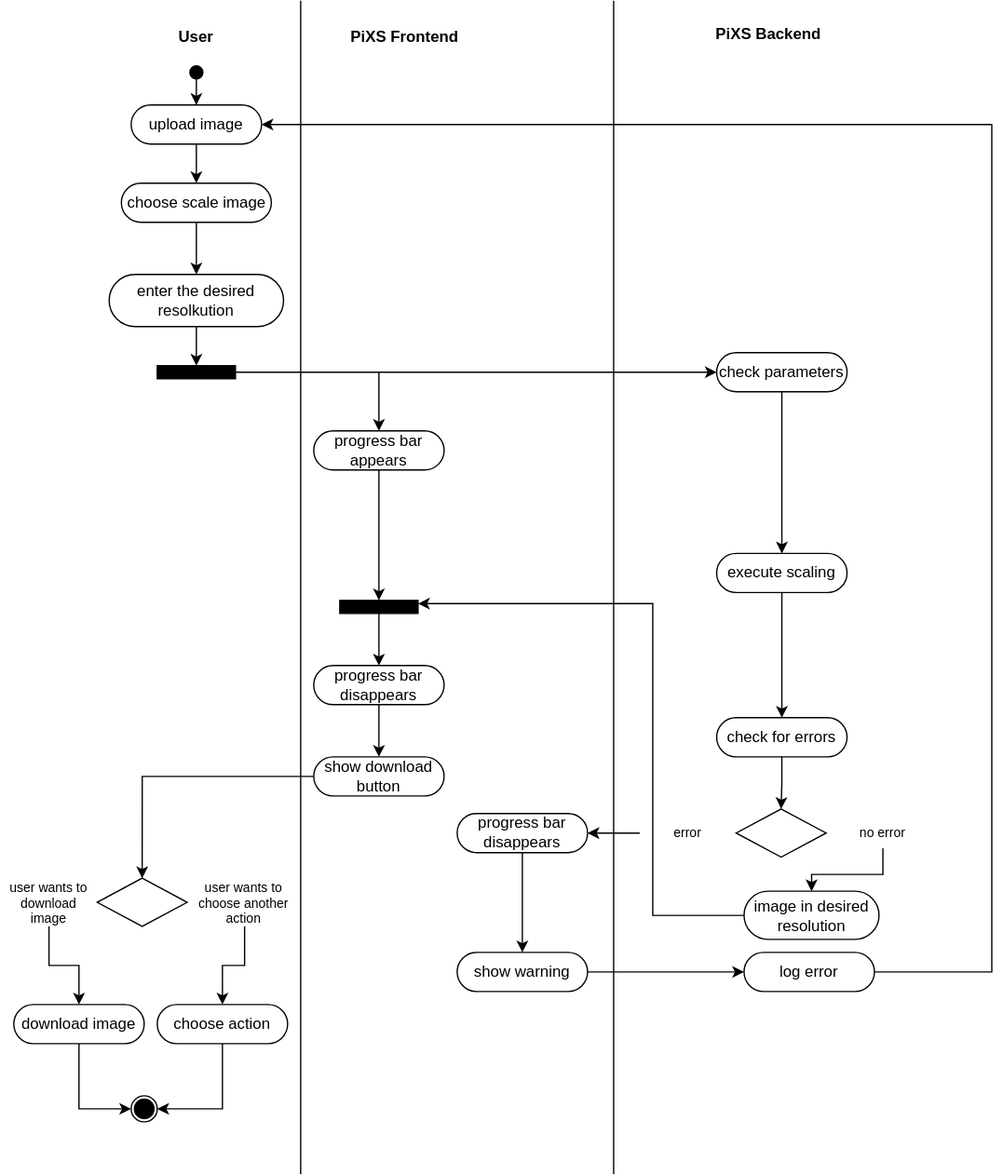
Earlier version of the draw.io export ucd/diagrams/ucd-activity_diagram_scale_image.drawio.svg (se-pixs/docs). Source tidied: cells renumbered, new cells last; positions are measured from the earlier drawing's top-left corner, leaving out a move shared by most shapes. Source of this version:
```xml
<mxGraphModel>
  <root>
    <mxCell id="0" />
    <mxCell id="1" parent="0" />
    <mxCell id="2" value="User" style="text;align=center;fontStyle=1;verticalAlign=middle;spacingLeft=3;spacingRight=3;strokeColor=none;" parent="1" vertex="1">
      <mxGeometry x="110" y="14" width="80" height="26" as="geometry" />
    </mxCell>
    <mxCell id="3" value="PiXS Backend" style="text;align=center;fontStyle=1;verticalAlign=middle;spacingLeft=3;spacingRight=3;strokeColor=none;" parent="1" vertex="1">
      <mxGeometry x="549" y="10" width="80" height="30" as="geometry" />
    </mxCell>
    <mxCell id="4" value="PiXS Frontend" style="text;align=center;fontStyle=1;verticalAlign=middle;spacingLeft=3;spacingRight=3;strokeColor=none;" parent="1" vertex="1">
      <mxGeometry x="270" y="14" width="80" height="26" as="geometry" />
    </mxCell>
    <mxCell id="5" style="endArrow=none;html=1;rounded=0;" parent="1" edge="1">
      <mxGeometry relative="1" as="geometry">
        <mxPoint x="230" y="900" as="sourcePoint" />
        <mxPoint x="230" as="targetPoint" />
      </mxGeometry>
    </mxCell>
    <mxCell id="6" style="endArrow=none;html=1;rounded=0;" parent="1" edge="1">
      <mxGeometry relative="1" as="geometry">
        <mxPoint x="470" y="900" as="sourcePoint" />
        <mxPoint x="470" as="targetPoint" />
      </mxGeometry>
    </mxCell>
    <mxCell id="7" style="edgeStyle=orthogonalEdgeStyle;rounded=0;jettySize=auto;html=1;" parent="1" edge="1" source="8" target="10">
      <mxGeometry relative="1" as="geometry" />
    </mxCell>
    <mxCell id="8" value="upload image" style="html=1;outlineConnect=0;whiteSpace=wrap;shape=mxgraph.archimate3.service;strokeWidth=1;" parent="1" vertex="1">
      <mxGeometry x="100" y="80" width="100" height="30" as="geometry" />
    </mxCell>
    <mxCell id="9" style="edgeStyle=orthogonalEdgeStyle;rounded=0;jettySize=auto;html=1;" parent="1" edge="1" source="10" target="12">
      <mxGeometry relative="1" as="geometry" />
    </mxCell>
    <mxCell id="10" value="choose scale image" style="html=1;outlineConnect=0;whiteSpace=wrap;shape=mxgraph.archimate3.service;strokeWidth=1;" parent="1" vertex="1">
      <mxGeometry x="92.5" y="140" width="115" height="30" as="geometry" />
    </mxCell>
    <mxCell id="11" style="edgeStyle=orthogonalEdgeStyle;rounded=0;jettySize=auto;html=1;" parent="1" edge="1" source="12" target="14">
      <mxGeometry relative="1" as="geometry" />
    </mxCell>
    <mxCell id="12" value="enter the desired resolkution" style="html=1;outlineConnect=0;whiteSpace=wrap;shape=mxgraph.archimate3.service;strokeWidth=1;" parent="1" vertex="1">
      <mxGeometry x="83.1" y="210" width="133.8" height="40" as="geometry" />
    </mxCell>
    <mxCell id="13" style="edgeStyle=orthogonalEdgeStyle;rounded=0;jettySize=auto;html=1;entryX=0.5;entryY=0;entryDx=0;entryDy=0;entryPerimeter=0;" parent="1" edge="1" source="14" target="16">
      <mxGeometry relative="1" as="geometry">
        <Array as="points">
          <mxPoint x="290" y="285" />
          <mxPoint x="290" y="330" />
        </Array>
      </mxGeometry>
    </mxCell>
    <mxCell id="14" style="rounded=0;whiteSpace=wrap;html=1;strokeWidth=1;fillColor=#000000;" parent="1" vertex="1">
      <mxGeometry x="120" y="280" width="60" height="10" as="geometry" />
    </mxCell>
    <mxCell id="15" style="edgeStyle=orthogonalEdgeStyle;rounded=0;jettySize=auto;html=1;" parent="1" edge="1" source="16" target="36">
      <mxGeometry relative="1" as="geometry" />
    </mxCell>
    <mxCell id="16" value="progress bar appears" style="html=1;outlineConnect=0;whiteSpace=wrap;shape=mxgraph.archimate3.service;strokeWidth=1;" parent="1" vertex="1">
      <mxGeometry x="240" y="330" width="100" height="30" as="geometry" />
    </mxCell>
    <mxCell id="17" style="edgeStyle=orthogonalEdgeStyle;rounded=0;jettySize=auto;html=1;entryX=0;entryY=0;entryDx=0;entryDy=15;entryPerimeter=0;" parent="1" edge="1" target="18">
      <mxGeometry relative="1" as="geometry">
        <mxPoint x="290" y="285" as="sourcePoint" />
      </mxGeometry>
    </mxCell>
    <mxCell id="18" value="check parameters" style="html=1;outlineConnect=0;whiteSpace=wrap;shape=mxgraph.archimate3.service;strokeWidth=1;" parent="1" vertex="1">
      <mxGeometry x="549" y="270" width="100" height="30" as="geometry" />
    </mxCell>
    <mxCell id="19" style="edgeStyle=orthogonalEdgeStyle;rounded=0;jettySize=auto;html=1;entryX=0.5;entryY=0;entryDx=0;entryDy=0;fontSize=10;exitX=0.5;exitY=1;exitDx=0;exitDy=0;exitPerimeter=0;entryPerimeter=0;" parent="1" edge="1" source="18" target="21">
      <mxGeometry relative="1" as="geometry" />
    </mxCell>
    <mxCell id="20" style="edgeStyle=orthogonalEdgeStyle;rounded=0;jettySize=auto;html=1;" parent="1" edge="1" source="21" target="23">
      <mxGeometry relative="1" as="geometry" />
    </mxCell>
    <mxCell id="21" value="execute scaling" style="html=1;outlineConnect=0;whiteSpace=wrap;shape=mxgraph.archimate3.service;strokeWidth=1;" parent="1" vertex="1">
      <mxGeometry x="549" y="424" width="100" height="30" as="geometry" />
    </mxCell>
    <mxCell id="22" style="edgeStyle=orthogonalEdgeStyle;rounded=0;jettySize=auto;html=1;entryX=0.5;entryY=0;entryDx=0;entryDy=0;" parent="1" edge="1" source="23" target="25">
      <mxGeometry relative="1" as="geometry" />
    </mxCell>
    <mxCell id="23" value="check for errors" style="html=1;outlineConnect=0;whiteSpace=wrap;shape=mxgraph.archimate3.service;strokeWidth=1;" parent="1" vertex="1">
      <mxGeometry x="549" y="550" width="100" height="30" as="geometry" />
    </mxCell>
    <mxCell id="24" style="group;" parent="1" vertex="1">
      <mxGeometry x="490" y="620" width="230" height="36.9" as="geometry" />
    </mxCell>
    <mxCell id="25" style="rhombus;whiteSpace=wrap;html=1;strokeWidth=1;fillColor=#FFFFFF;" parent="24" vertex="1">
      <mxGeometry x="74" width="69" height="36.9" as="geometry" />
    </mxCell>
    <mxCell id="26" value="&lt;font style=&quot;font-size: 10px&quot;&gt;no error&lt;br&gt;&lt;/font&gt;" style="text;html=1;strokeColor=none;fillColor=none;align=center;verticalAlign=middle;whiteSpace=wrap;rounded=0;fontSize=10;" parent="24" vertex="1">
      <mxGeometry x="143" y="6.7" width="87" height="23.5" as="geometry" />
    </mxCell>
    <mxCell id="27" value="error" style="text;html=1;strokeColor=none;fillColor=none;align=center;verticalAlign=middle;whiteSpace=wrap;rounded=0;fontSize=10;" parent="24" vertex="1">
      <mxGeometry y="6.7" width="74" height="23.5" as="geometry" />
    </mxCell>
    <mxCell id="28" style="edgeStyle=orthogonalEdgeStyle;rounded=0;jettySize=auto;html=1;" parent="1" edge="1" source="29" target="32">
      <mxGeometry relative="1" as="geometry" />
    </mxCell>
    <mxCell id="29" value="progress bar disappears" style="html=1;outlineConnect=0;whiteSpace=wrap;shape=mxgraph.archimate3.service;strokeWidth=1;" parent="1" vertex="1">
      <mxGeometry x="350" y="623.5" width="100" height="30" as="geometry" />
    </mxCell>
    <mxCell id="30" style="edgeStyle=orthogonalEdgeStyle;rounded=0;jettySize=auto;html=1;" parent="1" edge="1" source="27" target="29">
      <mxGeometry relative="1" as="geometry" />
    </mxCell>
    <mxCell id="31" style="edgeStyle=orthogonalEdgeStyle;rounded=0;jettySize=auto;html=1;entryX=0;entryY=0;entryDx=0;entryDy=15;entryPerimeter=0;" parent="1" edge="1" source="32" target="56">
      <mxGeometry relative="1" as="geometry" />
    </mxCell>
    <mxCell id="32" value="show warning" style="html=1;outlineConnect=0;whiteSpace=wrap;shape=mxgraph.archimate3.service;strokeWidth=1;" parent="1" vertex="1">
      <mxGeometry x="350" y="730" width="100" height="30" as="geometry" />
    </mxCell>
    <mxCell id="33" style="endArrow=classic;html=1;rounded=0;exitX=0;exitY=0;exitDx=100;exitDy=15;exitPerimeter=0;" parent="1" edge="1" source="56" target="8">
      <mxGeometry relative="1" as="geometry">
        <Array as="points">
          <mxPoint x="760" y="745" />
          <mxPoint x="760" y="95" />
        </Array>
      </mxGeometry>
    </mxCell>
    <mxCell id="34" value="progress bar disappears" style="html=1;outlineConnect=0;whiteSpace=wrap;shape=mxgraph.archimate3.service;strokeWidth=1;" parent="1" vertex="1">
      <mxGeometry x="240" y="510" width="100" height="30" as="geometry" />
    </mxCell>
    <mxCell id="35" style="edgeStyle=orthogonalEdgeStyle;rounded=0;jettySize=auto;html=1;" parent="1" edge="1" source="36" target="34">
      <mxGeometry relative="1" as="geometry" />
    </mxCell>
    <mxCell id="36" style="rounded=0;whiteSpace=wrap;html=1;strokeWidth=1;fillColor=#000000;strokeColor=default;fontColor=default;" parent="1" vertex="1">
      <mxGeometry x="260" y="460" width="60" height="10" as="geometry" />
    </mxCell>
    <mxCell id="37" style="edgeStyle=orthogonalEdgeStyle;rounded=0;jettySize=auto;html=1;entryX=0.5;entryY=0;entryDx=0;entryDy=0;entryPerimeter=0;" parent="1" edge="1" target="39">
      <mxGeometry relative="1" as="geometry">
        <mxPoint x="290" y="540" as="sourcePoint" />
      </mxGeometry>
    </mxCell>
    <mxCell id="38" style="edgeStyle=orthogonalEdgeStyle;rounded=0;jettySize=auto;html=1;entryX=0.5;entryY=0;entryDx=0;entryDy=0;" parent="1" edge="1" source="39" target="41">
      <mxGeometry relative="1" as="geometry" />
    </mxCell>
    <mxCell id="39" value="show download button" style="html=1;outlineConnect=0;whiteSpace=wrap;shape=mxgraph.archimate3.service;strokeWidth=1;" parent="1" vertex="1">
      <mxGeometry x="240" y="580" width="100" height="30" as="geometry" />
    </mxCell>
    <mxCell id="40" style="group;" parent="1" vertex="1">
      <mxGeometry y="673.1" width="230" height="36.9" as="geometry" />
    </mxCell>
    <mxCell id="41" style="rhombus;whiteSpace=wrap;html=1;strokeWidth=1;fillColor=#FFFFFF;" parent="40" vertex="1">
      <mxGeometry x="74" width="69" height="36.9" as="geometry" />
    </mxCell>
    <mxCell id="42" value="user wants to choose another action" style="text;html=1;strokeColor=none;fillColor=none;align=center;verticalAlign=middle;whiteSpace=wrap;rounded=0;fontSize=10;" parent="40" vertex="1">
      <mxGeometry x="143" y="6.7" width="87" height="23.5" as="geometry" />
    </mxCell>
    <mxCell id="43" value="user wants to download image&lt;br&gt;" style="text;html=1;strokeColor=none;fillColor=none;align=center;verticalAlign=middle;whiteSpace=wrap;rounded=0;fontSize=10;" parent="40" vertex="1">
      <mxGeometry y="6.7" width="74" height="23.5" as="geometry" />
    </mxCell>
    <mxCell id="44" style="edgeStyle=orthogonalEdgeStyle;rounded=0;jettySize=auto;html=1;entryX=1;entryY=0.25;entryDx=0;entryDy=0;strokeColor=default;labelBackgroundColor=default;fontColor=default;" parent="1" edge="1" source="45" target="36">
      <mxGeometry relative="1" as="geometry">
        <Array as="points">
          <mxPoint x="500" y="702" />
          <mxPoint x="500" y="463" />
        </Array>
      </mxGeometry>
    </mxCell>
    <mxCell id="45" value="image in desired&lt;br&gt;resolution" style="html=1;outlineConnect=0;whiteSpace=wrap;shape=mxgraph.archimate3.service;strokeWidth=1;" parent="1" vertex="1">
      <mxGeometry x="570" y="683.1" width="103.5" height="36.9" as="geometry" />
    </mxCell>
    <mxCell id="46" style="edgeStyle=orthogonalEdgeStyle;rounded=0;jettySize=auto;html=1;" parent="1" edge="1" source="26" target="45">
      <mxGeometry relative="1" as="geometry" />
    </mxCell>
    <mxCell id="47" style="edgeStyle=orthogonalEdgeStyle;rounded=0;jettySize=auto;html=1;entryX=1;entryY=0.5;entryDx=0;entryDy=0;" parent="1" edge="1" source="48" target="54">
      <mxGeometry relative="1" as="geometry" />
    </mxCell>
    <mxCell id="48" value="choose action" style="html=1;outlineConnect=0;whiteSpace=wrap;shape=mxgraph.archimate3.service;strokeWidth=1;" parent="1" vertex="1">
      <mxGeometry x="120" y="770" width="100" height="30" as="geometry" />
    </mxCell>
    <mxCell id="49" style="edgeStyle=orthogonalEdgeStyle;rounded=0;jettySize=auto;html=1;" parent="1" edge="1" target="48">
      <mxGeometry relative="1" as="geometry">
        <mxPoint x="187" y="710" as="sourcePoint" />
      </mxGeometry>
    </mxCell>
    <mxCell id="50" style="edgeStyle=orthogonalEdgeStyle;rounded=0;jettySize=auto;html=1;entryX=0;entryY=0.5;entryDx=0;entryDy=0;" parent="1" edge="1" source="51" target="54">
      <mxGeometry relative="1" as="geometry" />
    </mxCell>
    <mxCell id="51" value="download image" style="html=1;outlineConnect=0;whiteSpace=wrap;shape=mxgraph.archimate3.service;strokeWidth=1;" parent="1" vertex="1">
      <mxGeometry x="10" y="770" width="100" height="30" as="geometry" />
    </mxCell>
    <mxCell id="52" style="edgeStyle=orthogonalEdgeStyle;rounded=0;jettySize=auto;html=1;" parent="1" edge="1" target="51">
      <mxGeometry relative="1" as="geometry">
        <mxPoint x="37" y="710" as="sourcePoint" />
      </mxGeometry>
    </mxCell>
    <mxCell id="53" style="group;" parent="1" vertex="1">
      <mxGeometry x="100" y="840" width="20" height="20" as="geometry" />
    </mxCell>
    <mxCell id="54" style="ellipse;whiteSpace=wrap;html=1;strokeWidth=1;fillColor=#FFFFFF;" parent="53" vertex="1">
      <mxGeometry width="20" height="20" as="geometry" />
    </mxCell>
    <mxCell id="55" style="ellipse;whiteSpace=wrap;html=1;strokeWidth=1;fillColor=#000000;" parent="53" vertex="1">
      <mxGeometry x="2.5" y="2.5" width="15" height="15" as="geometry" />
    </mxCell>
    <mxCell id="56" value="log error" style="html=1;outlineConnect=0;whiteSpace=wrap;shape=mxgraph.archimate3.service;strokeWidth=1;" parent="1" vertex="1">
      <mxGeometry x="570" y="730" width="100" height="30" as="geometry" />
    </mxCell>
    <mxCell id="57" style="edgeStyle=orthogonalEdgeStyle;rounded=0;jettySize=auto;html=1;" parent="1" edge="1" source="58">
      <mxGeometry relative="1" as="geometry">
        <mxPoint x="150" y="80" as="targetPoint" />
      </mxGeometry>
    </mxCell>
    <mxCell id="58" style="ellipse;whiteSpace=wrap;html=1;strokeWidth=1;fillColor=#000000;" parent="1" vertex="1">
      <mxGeometry x="145" y="50" width="10" height="10" as="geometry" />
    </mxCell>
  </root>
</mxGraphModel>
```
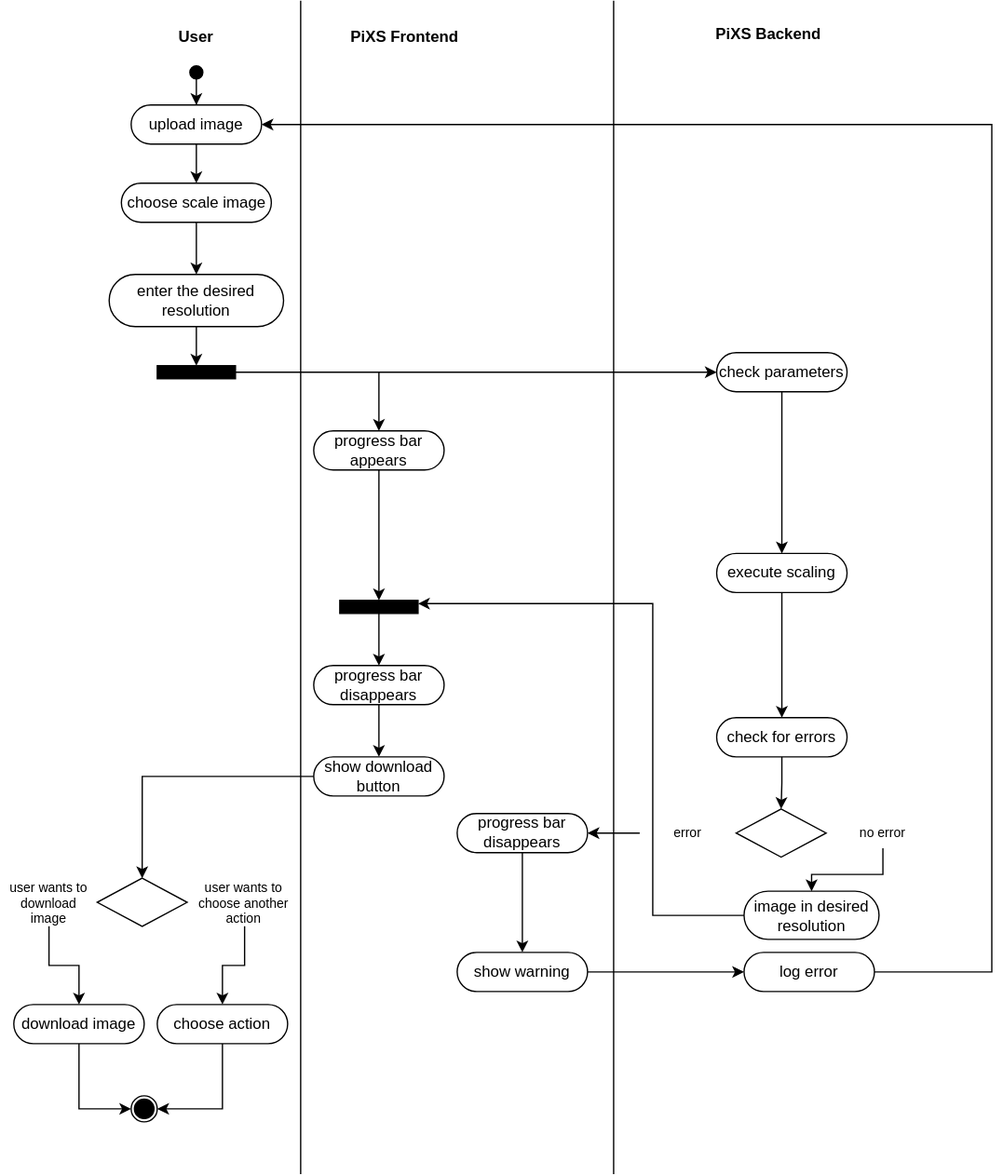
The same file after the commit.

Diff of the diagram source:
```diff
@@ -38,7 +38,7 @@
     <mxCell id="11" style="edgeStyle=orthogonalEdgeStyle;rounded=0;jettySize=auto;html=1;" parent="1" edge="1" source="12" target="14">
       <mxGeometry relative="1" as="geometry" />
     </mxCell>
-    <mxCell id="12" value="enter the desired resolkution" style="html=1;outlineConnect=0;whiteSpace=wrap;shape=mxgraph.archimate3.service;strokeWidth=1;" parent="1" vertex="1">
+    <mxCell id="12" value="enter the desired resolution" style="html=1;outlineConnect=0;whiteSpace=wrap;shape=mxgraph.archimate3.service;strokeWidth=1;" parent="1" vertex="1">
       <mxGeometry x="83.1" y="210" width="133.8" height="40" as="geometry" />
     </mxCell>
     <mxCell id="13" style="edgeStyle=orthogonalEdgeStyle;rounded=0;jettySize=auto;html=1;entryX=0.5;entryY=0;entryDx=0;entryDy=0;entryPerimeter=0;" parent="1" edge="1" source="14" target="16">
```
